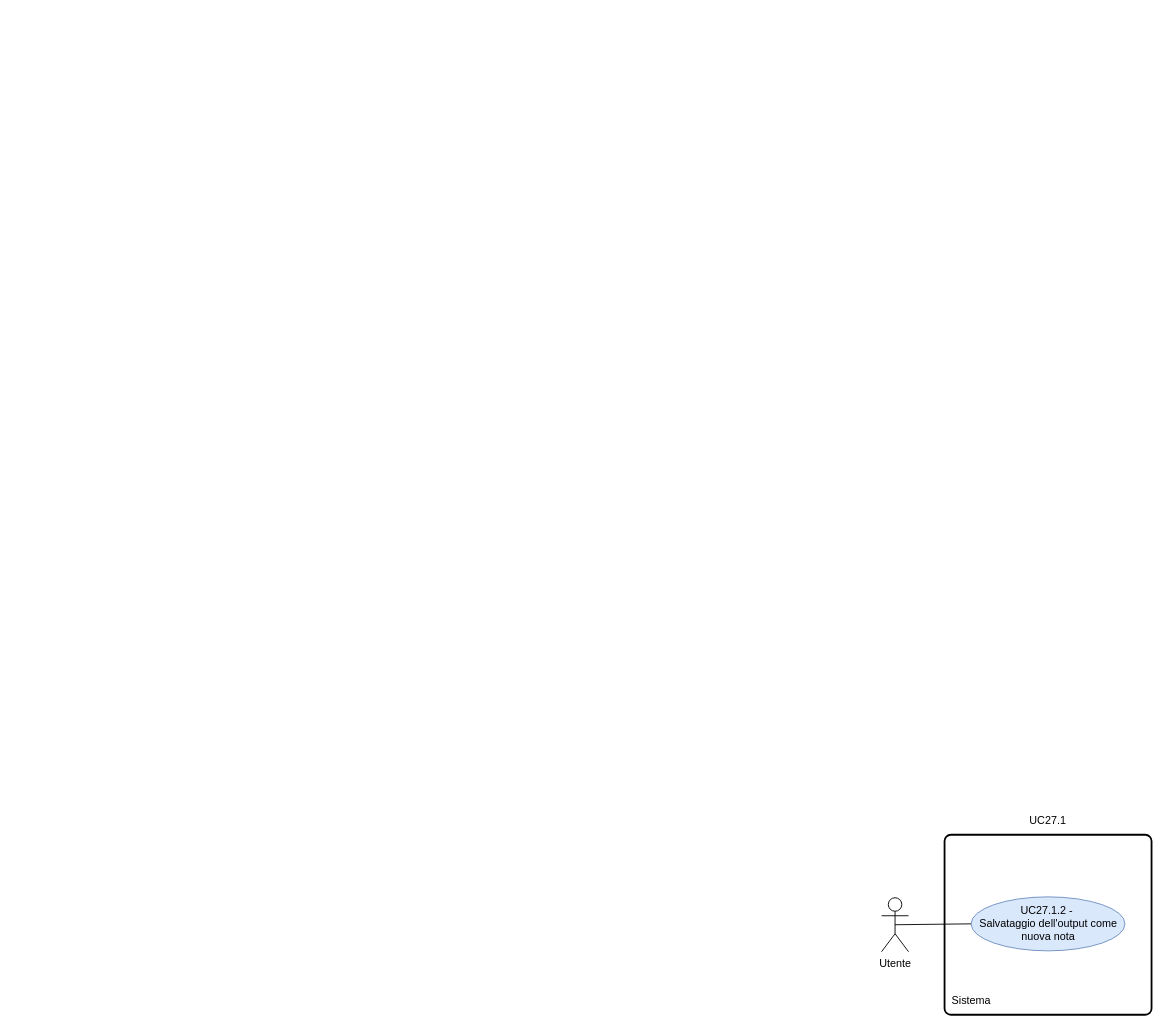
This is RTB/doc_esterna/analisi-dei-requisiti/assets/draw.io/UC27.1.2.drawio from thebitless-group-swe/thebitless.github.io, a draw.io file, before an edit. Source tidied: cells renumbered, new cells numbered last; positions are measured from the earlier drawing's top-left corner, leaving out a move shared by most shapes. Both pictures are drawn from the tidied source at 90%, with x=0, y=0 at pixel (881, 807).
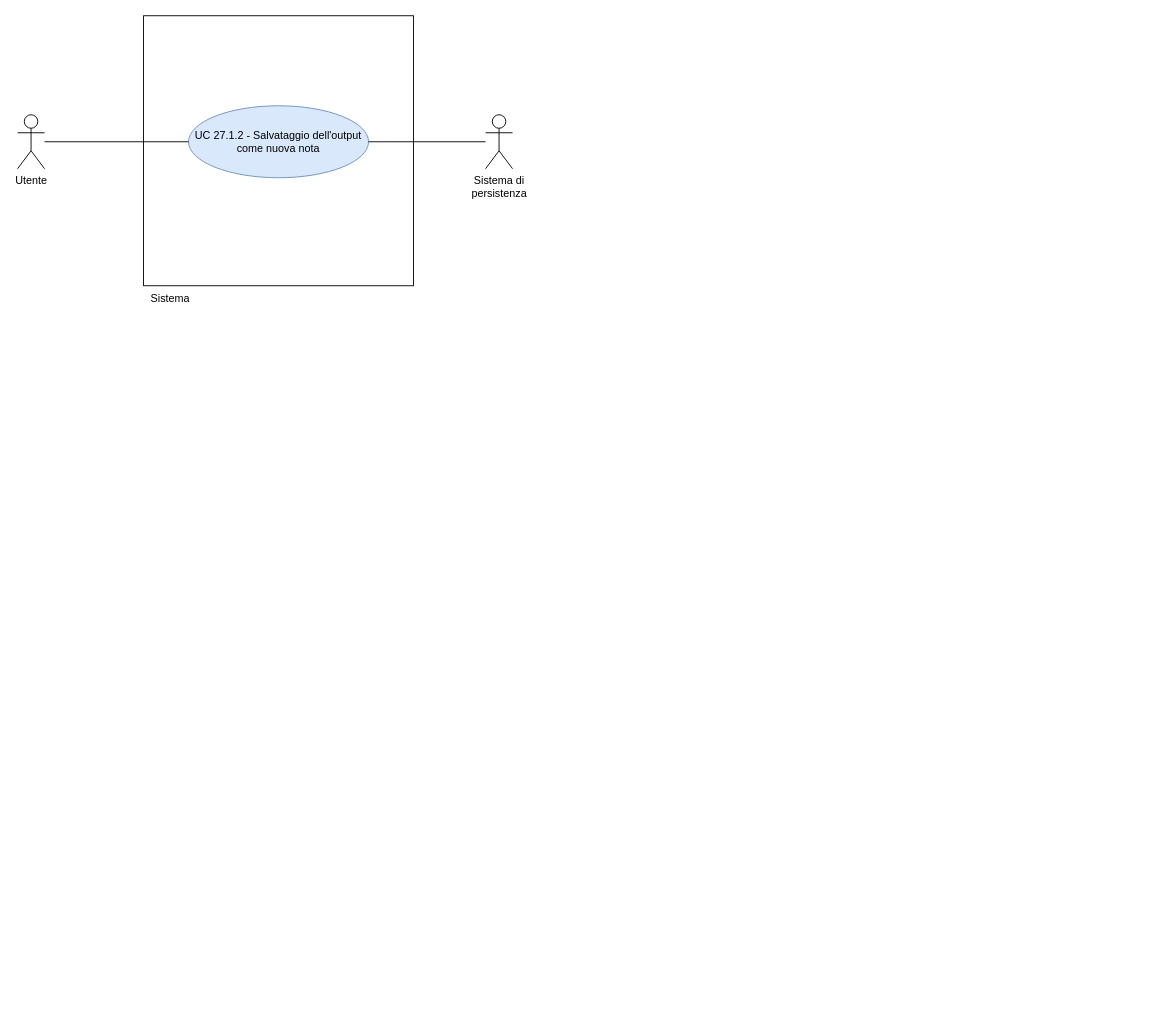
After the change.

Diff of the diagram source:
```diff
@@
 <mxGraphModel>
   <root>
     <mxCell id="0" />
     <mxCell id="1" parent="0" />
-    <mxCell id="2" style="rounded=1;whiteSpace=wrap;html=1;absoluteArcSize=1;arcSize=14;strokeWidth=2;" parent="1" vertex="1">
-      <mxGeometry x="70" y="30" width="230" height="200" as="geometry" />
-    </mxCell>
+    <mxCell id="8" style="whiteSpace=wrap;html=1;" parent="1" vertex="1">
+      <mxGeometry x="-820" y="-880" width="300" height="300" as="geometry" />
+    </mxCell>
+    <mxCell id="7" value="Sistema" style="text;html=1;whiteSpace=wrap;strokeColor=none;fillColor=none;align=center;verticalAlign=middle;rounded=0;" parent="1" vertex="1">
+      <mxGeometry x="-820" y="-580" width="60" height="30" as="geometry" />
+    </mxCell>
     <mxCell id="3" value="Utente" style="shape=umlActor;verticalLabelPosition=bottom;verticalAlign=top;html=1;outlineConnect=0;" parent="1" vertex="1">
-      <mxGeometry y="100" width="30" height="60" as="geometry" />
+      <mxGeometry x="-960" y="-770" width="30" height="60" as="geometry" />
     </mxCell>
-    <mxCell id="4" value="UC27.1" style="text;html=1;whiteSpace=wrap;strokeColor=none;fillColor=none;align=center;verticalAlign=middle;rounded=0;" parent="1" vertex="1">
-      <mxGeometry x="140" width="90" height="30" as="geometry" />
-    </mxCell>
-    <mxCell id="5" value="UC27.1.2 -&amp;nbsp;&lt;div&gt;Salvataggio dell'output come nuova nota&lt;/div&gt;" style="ellipse;whiteSpace=wrap;html=1;fillColor=#dae8fc;strokeColor=#6c8ebf;" parent="1" vertex="1">
-      <mxGeometry x="99.5" y="99" width="171" height="60" as="geometry" />
-    </mxCell>
-    <mxCell id="6" style="endArrow=none;html=1;rounded=0;exitX=0.5;exitY=0.5;exitDx=0;exitDy=0;exitPerimeter=0;entryX=0;entryY=0.5;entryDx=0;entryDy=0;" parent="1" edge="1" source="3" target="5">
-      <mxGeometry relative="1" as="geometry" />
-    </mxCell>
-    <mxCell id="7" value="Sistema" style="text;html=1;whiteSpace=wrap;strokeColor=none;fillColor=none;align=center;verticalAlign=middle;rounded=0;" parent="1" vertex="1">
-      <mxGeometry x="70" y="200" width="60" height="30" as="geometry" />
-    </mxCell>
+    <mxCell id="9" value="Sistema di&lt;br&gt;persistenza" style="shape=umlActor;verticalLabelPosition=bottom;verticalAlign=top;html=1;outlineConnect=0;" parent="1" vertex="1">
+      <mxGeometry x="-440" y="-770" width="30" height="60" as="geometry" />
+    </mxCell>
+    <mxCell id="10" value="UC 27.1.2 - Salvataggio dell'output&lt;br&gt;come nuova nota" style="ellipse;whiteSpace=wrap;html=1;fillColor=#dae8fc;strokeColor=#6c8ebf;" parent="1" vertex="1">
+      <mxGeometry x="-770" y="-780" width="200" height="80" as="geometry" />
+    </mxCell>
+    <mxCell id="11" style="edgeStyle=none;rounded=0;jettySize=auto;html=1;endArrow=none;endFill=0;" parent="1" edge="1" source="3" target="10">
+      <mxGeometry relative="1" as="geometry" />
+    </mxCell>
+    <mxCell id="12" style="edgeStyle=none;rounded=0;jettySize=auto;html=1;endArrow=none;endFill=0;" parent="1" edge="1" source="9" target="10">
+      <mxGeometry relative="1" as="geometry" />
+    </mxCell>
   </root>
 </mxGraphModel>
```
